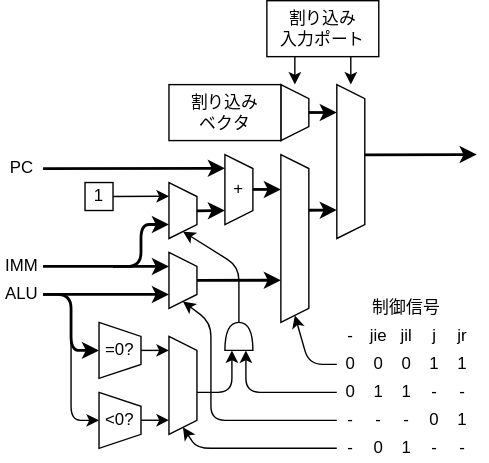
Before: Lab/Computer/Micon/01_CPU/img/pfc.dio.svg, a diagram exported from draw.io (amane-uehara/kanade-k-1228.github.io). Source tidied: cells renumbered, new cells last; positions are measured from the earlier drawing's top-left corner, leaving out a move shared by most shapes.
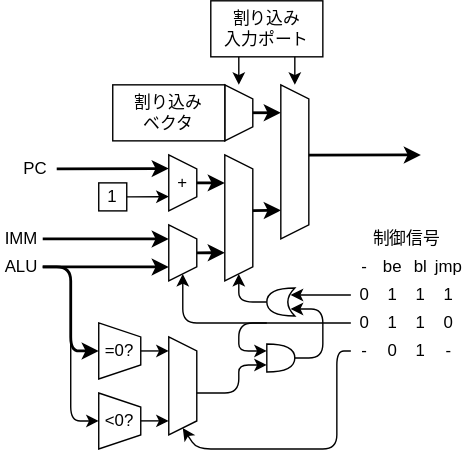
Later version of the same file.

Change to the diagram source:
```diff
@@ -33,53 +33,34 @@
       </mxGeometry>
     </mxCell>
     <mxCell id="9" value="+" style="shape=trapezoid;perimeter=trapezoidPerimeter;whiteSpace=wrap;html=1;fixedSize=1;direction=south;size=10;" parent="1" vertex="1">
-      <mxGeometry x="160" y="110" width="20" height="50" as="geometry" />
+      <mxGeometry x="160" y="110" width="20" height="40" as="geometry" />
     </mxCell>
     <mxCell id="10" style="endArrow=classic;html=1;strokeWidth=2;" parent="1" edge="1">
       <mxGeometry relative="1" as="geometry">
-        <mxPoint x="180" y="134.9" as="sourcePoint" />
-        <mxPoint x="200" y="134.9" as="targetPoint" />
+        <mxPoint x="180" y="130" as="sourcePoint" />
+        <mxPoint x="200" y="130" as="targetPoint" />
       </mxGeometry>
     </mxCell>
-    <mxCell id="11" style="shape=trapezoid;perimeter=trapezoidPerimeter;whiteSpace=wrap;html=1;fixedSize=1;direction=south;size=10;" parent="1" vertex="1">
-      <mxGeometry x="120" y="130" width="20" height="40" as="geometry" />
-    </mxCell>
     <mxCell id="12" style="endArrow=classic;html=1;strokeWidth=2;" parent="1" edge="1">
       <mxGeometry relative="1" as="geometry">
-        <mxPoint x="140" y="200" as="sourcePoint" />
-        <mxPoint x="200" y="199.8" as="targetPoint" />
+        <mxPoint x="180" y="180" as="sourcePoint" />
+        <mxPoint x="200" y="179.8" as="targetPoint" />
       </mxGeometry>
     </mxCell>
     <mxCell id="13" style="endArrow=classic;html=1;" parent="1" edge="1">
       <mxGeometry relative="1" as="geometry">
-        <mxPoint x="80" y="140" as="sourcePoint" />
-        <mxPoint x="120" y="139.8" as="targetPoint" />
+        <mxPoint x="130" y="140" as="sourcePoint" />
+        <mxPoint x="160" y="139.8" as="targetPoint" />
       </mxGeometry>
     </mxCell>
-    <mxCell id="14" style="endArrow=classic;html=1;strokeWidth=2;" parent="1" edge="1">
-      <mxGeometry relative="1" as="geometry">
-        <mxPoint x="80" y="190" as="sourcePoint" />
-        <mxPoint x="120" y="160" as="targetPoint" />
-        <Array as="points">
-          <mxPoint x="100" y="190" />
-          <mxPoint x="100" y="160" />
-        </Array>
-      </mxGeometry>
-    </mxCell>
-    <mxCell id="15" style="endArrow=classic;html=1;strokeWidth=2;" parent="1" edge="1">
-      <mxGeometry relative="1" as="geometry">
-        <mxPoint x="140" y="150.2" as="sourcePoint" />
-        <mxPoint x="160" y="150" as="targetPoint" />
-      </mxGeometry>
-    </mxCell>
     <mxCell id="16" style="endArrow=classic;html=1;strokeWidth=2;" parent="1" edge="1">
       <mxGeometry relative="1" as="geometry">
-        <mxPoint x="30" y="120" as="sourcePoint" />
+        <mxPoint x="80" y="120" as="sourcePoint" />
         <mxPoint x="160" y="119.8" as="targetPoint" />
       </mxGeometry>
     </mxCell>
     <mxCell id="17" style="shape=trapezoid;perimeter=trapezoidPerimeter;whiteSpace=wrap;html=1;fixedSize=1;direction=south;size=10;" parent="1" vertex="1">
-      <mxGeometry x="200" y="110" width="20" height="120" as="geometry" />
+      <mxGeometry x="200" y="110" width="20" height="90" as="geometry" />
     </mxCell>
     <mxCell id="18" style="endArrow=classic;html=1;strokeWidth=2;" parent="1" edge="1">
       <mxGeometry relative="1" as="geometry">
@@ -94,207 +75,193 @@
       </mxGeometry>
     </mxCell>
     <mxCell id="20" value="1" style="rounded=0;whiteSpace=wrap;html=1;" parent="1" vertex="1">
-      <mxGeometry x="60" y="130" width="20" height="20" as="geometry" />
+      <mxGeometry x="110" y="130" width="20" height="20" as="geometry" />
     </mxCell>
     <mxCell id="21" value="ALU" style="text;html=1;strokeColor=none;fillColor=none;align=center;verticalAlign=middle;whiteSpace=wrap;rounded=0;" parent="1" vertex="1">
-      <mxGeometry y="200" width="30" height="20" as="geometry" />
+      <mxGeometry x="40" y="180" width="30" height="20" as="geometry" />
     </mxCell>
     <mxCell id="22" value="IMM" style="text;html=1;strokeColor=none;fillColor=none;align=center;verticalAlign=middle;whiteSpace=wrap;rounded=0;" parent="1" vertex="1">
-      <mxGeometry y="180" width="30" height="20" as="geometry" />
+      <mxGeometry x="40" y="160" width="30" height="20" as="geometry" />
     </mxCell>
     <mxCell id="23" value="PC" style="text;html=1;strokeColor=none;fillColor=none;align=center;verticalAlign=middle;whiteSpace=wrap;rounded=0;" parent="1" vertex="1">
-      <mxGeometry y="110" width="30" height="20" as="geometry" />
+      <mxGeometry x="50" y="110" width="30" height="20" as="geometry" />
     </mxCell>
     <mxCell id="24" style="endArrow=classic;html=1;startArrow=none;startFill=0;strokeWidth=2;" parent="1" edge="1">
       <mxGeometry relative="1" as="geometry">
-        <mxPoint x="30" y="210" as="sourcePoint" />
-        <mxPoint x="70" y="250" as="targetPoint" />
+        <mxPoint x="70" y="190" as="sourcePoint" />
+        <mxPoint x="110" y="250" as="targetPoint" />
         <Array as="points">
-          <mxPoint x="50" y="210" />
-          <mxPoint x="50" y="250" />
+          <mxPoint x="90" y="190" />
+          <mxPoint x="90" y="250" />
         </Array>
       </mxGeometry>
     </mxCell>
     <mxCell id="25" style="endArrow=classic;html=1;" parent="1" edge="1">
       <mxGeometry relative="1" as="geometry">
-        <mxPoint x="170" y="230" as="sourcePoint" />
-        <mxPoint x="130" y="165" as="targetPoint" />
+        <mxPoint x="230" y="215" as="sourcePoint" />
+        <mxPoint x="210" y="195" as="targetPoint" />
         <Array as="points">
-          <mxPoint x="170" y="190" />
+          <mxPoint x="210" y="215" />
         </Array>
       </mxGeometry>
     </mxCell>
     <mxCell id="26" value="制御信号" style="text;html=1;strokeColor=none;fillColor=none;align=center;verticalAlign=middle;whiteSpace=wrap;rounded=0;" parent="1" vertex="1">
-      <mxGeometry x="240" y="210" width="100" height="20" as="geometry" />
+      <mxGeometry x="290" y="160" width="80" height="20" as="geometry" />
     </mxCell>
     <mxCell id="27" value="=0?" style="shape=trapezoid;perimeter=trapezoidPerimeter;whiteSpace=wrap;html=1;fixedSize=1;direction=south;size=10;" parent="1" vertex="1">
-      <mxGeometry x="70" y="230" width="30" height="40" as="geometry" />
+      <mxGeometry x="110" y="230" width="30" height="40" as="geometry" />
     </mxCell>
     <mxCell id="28" value="&amp;lt;0?" style="shape=trapezoid;perimeter=trapezoidPerimeter;whiteSpace=wrap;html=1;fixedSize=1;direction=south;size=10;" parent="1" vertex="1">
-      <mxGeometry x="70" y="280" width="30" height="40" as="geometry" />
+      <mxGeometry x="110" y="280" width="30" height="40" as="geometry" />
     </mxCell>
     <mxCell id="29" style="endArrow=classic;html=1;startArrow=none;startFill=0;" parent="1" edge="1">
       <mxGeometry relative="1" as="geometry">
-        <mxPoint x="50" y="230" as="sourcePoint" />
-        <mxPoint x="70" y="300" as="targetPoint" />
+        <mxPoint x="90" y="230" as="sourcePoint" />
+        <mxPoint x="110" y="300" as="targetPoint" />
         <Array as="points">
-          <mxPoint x="50" y="300" />
+          <mxPoint x="90" y="300" />
         </Array>
       </mxGeometry>
     </mxCell>
     <mxCell id="30" style="shape=trapezoid;perimeter=trapezoidPerimeter;whiteSpace=wrap;html=1;fixedSize=1;direction=south;size=10;" parent="1" vertex="1">
-      <mxGeometry x="120" y="240" width="20" height="70" as="geometry" />
+      <mxGeometry x="160" y="240" width="20" height="70" as="geometry" />
     </mxCell>
     <mxCell id="31" style="endArrow=classic;html=1;" parent="1" edge="1">
       <mxGeometry relative="1" as="geometry">
-        <mxPoint x="100" y="250" as="sourcePoint" />
-        <mxPoint x="120" y="250" as="targetPoint" />
+        <mxPoint x="140" y="250" as="sourcePoint" />
+        <mxPoint x="160" y="250" as="targetPoint" />
       </mxGeometry>
     </mxCell>
     <mxCell id="32" style="endArrow=classic;html=1;" parent="1" edge="1">
       <mxGeometry relative="1" as="geometry">
-        <mxPoint x="100" y="299.9" as="sourcePoint" />
-        <mxPoint x="120" y="299.9" as="targetPoint" />
+        <mxPoint x="140" y="299.9" as="sourcePoint" />
+        <mxPoint x="160" y="299.9" as="targetPoint" />
       </mxGeometry>
     </mxCell>
-    <mxCell id="33" style="shape=or;whiteSpace=wrap;html=1;direction=north;" parent="1" vertex="1">
-      <mxGeometry x="160" y="230" width="20" height="20" as="geometry" />
+    <mxCell id="33" style="shape=or;whiteSpace=wrap;html=1;direction=east;" parent="1" vertex="1">
+      <mxGeometry x="230" y="245" width="20" height="20" as="geometry" />
     </mxCell>
     <mxCell id="34" style="endArrow=classic;html=1;" parent="1" edge="1">
       <mxGeometry relative="1" as="geometry">
-        <mxPoint x="140" y="280" as="sourcePoint" />
-        <mxPoint x="165" y="250" as="targetPoint" />
+        <mxPoint x="230" y="230" as="sourcePoint" />
+        <mxPoint x="230" y="250" as="targetPoint" />
         <Array as="points">
-          <mxPoint x="165" y="280" />
+          <mxPoint x="210" y="230" />
+          <mxPoint x="210" y="250" />
         </Array>
       </mxGeometry>
     </mxCell>
     <mxCell id="35" style="shape=trapezoid;perimeter=trapezoidPerimeter;whiteSpace=wrap;html=1;fixedSize=1;direction=south;size=10;" parent="1" vertex="1">
-      <mxGeometry x="120" y="180" width="20" height="40" as="geometry" />
+      <mxGeometry x="160" y="160" width="20" height="40" as="geometry" />
     </mxCell>
     <mxCell id="36" style="endArrow=classic;html=1;strokeWidth=2;" parent="1" edge="1">
       <mxGeometry relative="1" as="geometry">
-        <mxPoint x="30" y="210" as="sourcePoint" />
-        <mxPoint x="120" y="210" as="targetPoint" />
+        <mxPoint x="70" y="190" as="sourcePoint" />
+        <mxPoint x="160" y="190" as="targetPoint" />
       </mxGeometry>
     </mxCell>
     <mxCell id="37" style="endArrow=classic;html=1;strokeWidth=2;" parent="1" edge="1">
       <mxGeometry relative="1" as="geometry">
-        <mxPoint x="30" y="190" as="sourcePoint" />
-        <mxPoint x="120" y="190" as="targetPoint" />
+        <mxPoint x="70" y="170" as="sourcePoint" />
+        <mxPoint x="160" y="170" as="targetPoint" />
       </mxGeometry>
     </mxCell>
     <mxCell id="38" style="endArrow=classic;html=1;" parent="1" edge="1">
       <mxGeometry relative="1" as="geometry">
-        <mxPoint x="240" y="280" as="sourcePoint" />
-        <mxPoint x="175" y="250" as="targetPoint" />
-        <Array as="points">
-          <mxPoint x="175" y="280" />
-        </Array>
+        <mxPoint x="290" y="210" as="sourcePoint" />
+        <mxPoint x="247" y="210" as="targetPoint" />
       </mxGeometry>
     </mxCell>
     <mxCell id="39" value="0" style="text;html=1;strokeColor=none;fillColor=none;align=center;verticalAlign=middle;whiteSpace=wrap;rounded=0;" parent="1" vertex="1">
-      <mxGeometry x="240" y="250" width="20" height="20" as="geometry" />
+      <mxGeometry x="290" y="200" width="20" height="20" as="geometry" />
     </mxCell>
-    <mxCell id="40" value="jie" style="text;html=1;strokeColor=none;fillColor=none;align=center;verticalAlign=middle;whiteSpace=wrap;rounded=0;rotation=0;" parent="1" vertex="1">
-      <mxGeometry x="260" y="230" width="20" height="20" as="geometry" />
+    <mxCell id="40" value="be" style="text;html=1;strokeColor=none;fillColor=none;align=center;verticalAlign=middle;whiteSpace=wrap;rounded=0;rotation=0;" parent="1" vertex="1">
+      <mxGeometry x="310" y="180" width="20" height="20" as="geometry" />
     </mxCell>
-    <mxCell id="41" value="-" style="text;html=1;strokeColor=none;fillColor=none;align=center;verticalAlign=middle;whiteSpace=wrap;rounded=0;" parent="1" vertex="1">
-      <mxGeometry x="240" y="290" width="20" height="20" as="geometry" />
-    </mxCell>
     <mxCell id="42" value="0" style="text;html=1;strokeColor=none;fillColor=none;align=center;verticalAlign=middle;whiteSpace=wrap;rounded=0;" parent="1" vertex="1">
-      <mxGeometry x="240" y="270" width="20" height="20" as="geometry" />
+      <mxGeometry x="290" y="220" width="20" height="20" as="geometry" />
     </mxCell>
-    <mxCell id="43" value="-" style="text;html=1;strokeColor=none;fillColor=none;align=center;verticalAlign=middle;whiteSpace=wrap;rounded=0;" parent="1" vertex="1">
-      <mxGeometry x="240" y="310" width="20" height="20" as="geometry" />
-    </mxCell>
-    <mxCell id="44" value="jil" style="text;html=1;strokeColor=none;fillColor=none;align=center;verticalAlign=middle;whiteSpace=wrap;rounded=0;rotation=0;" parent="1" vertex="1">
-      <mxGeometry x="280" y="230" width="20" height="20" as="geometry" />
+    <mxCell id="44" value="bl" style="text;html=1;strokeColor=none;fillColor=none;align=center;verticalAlign=middle;whiteSpace=wrap;rounded=0;rotation=0;" parent="1" vertex="1">
+      <mxGeometry x="330" y="180" width="20" height="20" as="geometry" />
     </mxCell>
-    <mxCell id="45" value="j" style="text;html=1;strokeColor=none;fillColor=none;align=center;verticalAlign=middle;whiteSpace=wrap;rounded=0;rotation=0;" parent="1" vertex="1">
-      <mxGeometry x="300" y="230" width="20" height="20" as="geometry" />
+    <mxCell id="45" value="jmp" style="text;html=1;strokeColor=none;fillColor=none;align=center;verticalAlign=middle;whiteSpace=wrap;rounded=0;rotation=0;" parent="1" vertex="1">
+      <mxGeometry x="350" y="180" width="20" height="20" as="geometry" />
     </mxCell>
-    <mxCell id="46" value="jr" style="text;html=1;strokeColor=none;fillColor=none;align=center;verticalAlign=middle;whiteSpace=wrap;rounded=0;rotation=0;" parent="1" vertex="1">
-      <mxGeometry x="320" y="230" width="20" height="20" as="geometry" />
-    </mxCell>
-    <mxCell id="47" value="0" style="text;html=1;strokeColor=none;fillColor=none;align=center;verticalAlign=middle;whiteSpace=wrap;rounded=0;" parent="1" vertex="1">
-      <mxGeometry x="260" y="250" width="20" height="20" as="geometry" />
+    <mxCell id="47" value="1" style="text;html=1;strokeColor=none;fillColor=none;align=center;verticalAlign=middle;whiteSpace=wrap;rounded=0;" parent="1" vertex="1">
+      <mxGeometry x="310" y="200" width="20" height="20" as="geometry" />
     </mxCell>
     <mxCell id="48" value="1" style="text;html=1;strokeColor=none;fillColor=none;align=center;verticalAlign=middle;whiteSpace=wrap;rounded=0;" parent="1" vertex="1">
-      <mxGeometry x="260" y="270" width="20" height="20" as="geometry" />
+      <mxGeometry x="310" y="220" width="20" height="20" as="geometry" />
     </mxCell>
     <mxCell id="49" value="-" style="text;html=1;strokeColor=none;fillColor=none;align=center;verticalAlign=middle;whiteSpace=wrap;rounded=0;" parent="1" vertex="1">
-      <mxGeometry x="260" y="290" width="20" height="20" as="geometry" />
+      <mxGeometry x="290" y="240" width="20" height="20" as="geometry" />
     </mxCell>
     <mxCell id="50" value="0" style="text;html=1;strokeColor=none;fillColor=none;align=center;verticalAlign=middle;whiteSpace=wrap;rounded=0;" parent="1" vertex="1">
-      <mxGeometry x="260" y="310" width="20" height="20" as="geometry" />
+      <mxGeometry x="310" y="240" width="20" height="20" as="geometry" />
     </mxCell>
     <mxCell id="51" value="1" style="text;html=1;strokeColor=none;fillColor=none;align=center;verticalAlign=middle;whiteSpace=wrap;rounded=0;" parent="1" vertex="1">
-      <mxGeometry x="280" y="310" width="20" height="20" as="geometry" />
+      <mxGeometry x="330" y="240" width="20" height="20" as="geometry" />
     </mxCell>
-    <mxCell id="52" value="0" style="text;html=1;strokeColor=none;fillColor=none;align=center;verticalAlign=middle;whiteSpace=wrap;rounded=0;" parent="1" vertex="1">
-      <mxGeometry x="280" y="250" width="20" height="20" as="geometry" />
+    <mxCell id="52" value="1" style="text;html=1;strokeColor=none;fillColor=none;align=center;verticalAlign=middle;whiteSpace=wrap;rounded=0;" parent="1" vertex="1">
+      <mxGeometry x="330" y="200" width="20" height="20" as="geometry" />
     </mxCell>
     <mxCell id="53" value="1" style="text;html=1;strokeColor=none;fillColor=none;align=center;verticalAlign=middle;whiteSpace=wrap;rounded=0;" parent="1" vertex="1">
-      <mxGeometry x="280" y="270" width="20" height="20" as="geometry" />
+      <mxGeometry x="330" y="220" width="20" height="20" as="geometry" />
     </mxCell>
-    <mxCell id="54" value="-" style="text;html=1;strokeColor=none;fillColor=none;align=center;verticalAlign=middle;whiteSpace=wrap;rounded=0;" parent="1" vertex="1">
-      <mxGeometry x="280" y="290" width="20" height="20" as="geometry" />
-    </mxCell>
     <mxCell id="55" value="1" style="text;html=1;strokeColor=none;fillColor=none;align=center;verticalAlign=middle;whiteSpace=wrap;rounded=0;" parent="1" vertex="1">
-      <mxGeometry x="300" y="250" width="20" height="20" as="geometry" />
+      <mxGeometry x="350" y="200" width="20" height="20" as="geometry" />
     </mxCell>
-    <mxCell id="56" value="-" style="text;html=1;strokeColor=none;fillColor=none;align=center;verticalAlign=middle;whiteSpace=wrap;rounded=0;" parent="1" vertex="1">
-      <mxGeometry x="300" y="270" width="20" height="20" as="geometry" />
-    </mxCell>
     <mxCell id="57" value="0" style="text;html=1;strokeColor=none;fillColor=none;align=center;verticalAlign=middle;whiteSpace=wrap;rounded=0;" parent="1" vertex="1">
-      <mxGeometry x="300" y="290" width="20" height="20" as="geometry" />
+      <mxGeometry x="350" y="220" width="20" height="20" as="geometry" />
     </mxCell>
     <mxCell id="58" value="-" style="text;html=1;strokeColor=none;fillColor=none;align=center;verticalAlign=middle;whiteSpace=wrap;rounded=0;" parent="1" vertex="1">
-      <mxGeometry x="300" y="310" width="20" height="20" as="geometry" />
+      <mxGeometry x="350" y="240" width="20" height="20" as="geometry" />
     </mxCell>
     <mxCell id="59" style="endArrow=classic;html=1;" parent="1" edge="1">
       <mxGeometry relative="1" as="geometry">
-        <mxPoint x="240" y="300" as="sourcePoint" />
-        <mxPoint x="130" y="215" as="targetPoint" />
+        <mxPoint x="290" y="230" as="sourcePoint" />
+        <mxPoint x="170" y="195" as="targetPoint" />
         <Array as="points">
-          <mxPoint x="150" y="300" />
-          <mxPoint x="150" y="230" />
+          <mxPoint x="170" y="230" />
         </Array>
       </mxGeometry>
     </mxCell>
     <mxCell id="60" style="endArrow=classic;html=1;" parent="1" edge="1">
       <mxGeometry relative="1" as="geometry">
-        <mxPoint x="240" y="260" as="sourcePoint" />
-        <mxPoint x="210" y="225" as="targetPoint" />
+        <mxPoint x="250" y="255" as="sourcePoint" />
+        <mxPoint x="247" y="220" as="targetPoint" />
         <Array as="points">
-          <mxPoint x="220" y="260" />
+          <mxPoint x="270" y="255" />
+          <mxPoint x="270" y="220" />
         </Array>
       </mxGeometry>
     </mxCell>
     <mxCell id="61" style="endArrow=classic;html=1;" parent="1" edge="1">
       <mxGeometry relative="1" as="geometry">
-        <mxPoint x="240" y="320" as="sourcePoint" />
-        <mxPoint x="130" y="305" as="targetPoint" />
+        <mxPoint x="290" y="250" as="sourcePoint" />
+        <mxPoint x="170" y="305" as="targetPoint" />
         <Array as="points">
-          <mxPoint x="140" y="320" />
+          <mxPoint x="280" y="250" />
+          <mxPoint x="280" y="320" />
+          <mxPoint x="180" y="320" />
         </Array>
       </mxGeometry>
     </mxCell>
-    <mxCell id="62" value="-" style="text;html=1;strokeColor=none;fillColor=none;align=center;verticalAlign=middle;whiteSpace=wrap;rounded=0;" parent="1" vertex="1">
-      <mxGeometry x="320" y="310" width="20" height="20" as="geometry" />
-    </mxCell>
-    <mxCell id="63" value="-" style="text;html=1;strokeColor=none;fillColor=none;align=center;verticalAlign=middle;whiteSpace=wrap;rounded=0;" parent="1" vertex="1">
-      <mxGeometry x="320" y="270" width="20" height="20" as="geometry" />
-    </mxCell>
-    <mxCell id="64" value="1" style="text;html=1;strokeColor=none;fillColor=none;align=center;verticalAlign=middle;whiteSpace=wrap;rounded=0;" parent="1" vertex="1">
-      <mxGeometry x="320" y="250" width="20" height="20" as="geometry" />
-    </mxCell>
-    <mxCell id="65" value="1" style="text;html=1;strokeColor=none;fillColor=none;align=center;verticalAlign=middle;whiteSpace=wrap;rounded=0;" parent="1" vertex="1">
-      <mxGeometry x="320" y="290" width="20" height="20" as="geometry" />
-    </mxCell>
     <mxCell id="66" value="-" style="text;html=1;strokeColor=none;fillColor=none;align=center;verticalAlign=middle;whiteSpace=wrap;rounded=0;" parent="1" vertex="1">
-      <mxGeometry x="240" y="230" width="20" height="20" as="geometry" />
+      <mxGeometry x="290" y="180" width="20" height="20" as="geometry" />
     </mxCell>
+    <mxCell id="67" style="shape=xor;whiteSpace=wrap;html=1;direction=west;" parent="1" vertex="1">
+      <mxGeometry x="230" y="205" width="20" height="20" as="geometry" />
+    </mxCell>
+    <mxCell id="68" style="endArrow=classic;html=1;" parent="1" edge="1">
+      <mxGeometry relative="1" as="geometry">
+        <mxPoint x="180" y="280" as="sourcePoint" />
+        <mxPoint x="230" y="260" as="targetPoint" />
+        <Array as="points">
+          <mxPoint x="210" y="280" />
+          <mxPoint x="210" y="260" />
+        </Array>
+      </mxGeometry>
+    </mxCell>
   </root>
 </mxGraphModel>
```
